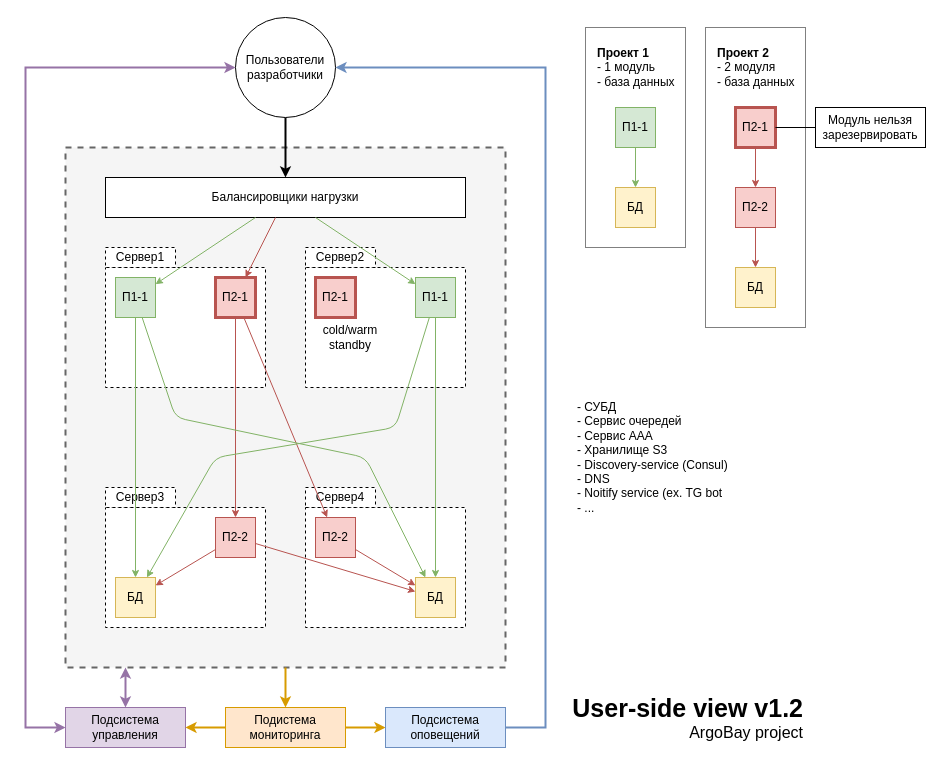
The draw.io diagram page "U-Side" (7 of 14) of docs/schemes/Argobay-main.drawio in SnipGhost/argobay-ansible, before the edit. Source tidied: cells renumbered, new cells numbered last; positions are measured from the earlier drawing's top-left corner, leaving out a move shared by most shapes. Both pictures are drawn from the tidied source at 100%, with x=0, y=0 at pixel (25, 17).
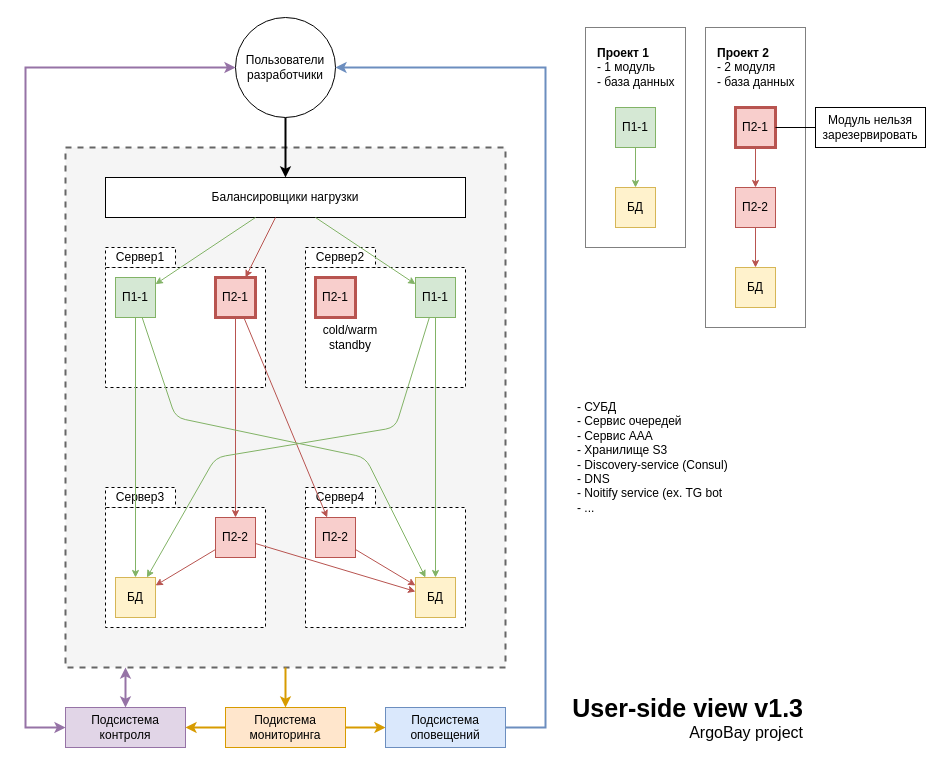
The same diagram, later.

Change to the diagram source:
```diff
@@
-    <mxCell id="35" value="Подсистема управления" style="rounded=0;whiteSpace=wrap;html=1;strokeColor=#9673a6;fillColor=#e1d5e7;fontFamily=Helvetica;" parent="1" vertex="1">
+    <mxCell id="35" value="Подсистема контроля" style="rounded=0;whiteSpace=wrap;html=1;strokeColor=#9673a6;fillColor=#e1d5e7;fontFamily=Helvetica;" parent="1" vertex="1">
       <mxGeometry x="40" y="690" width="120" height="40" as="geometry" />
     </mxCell>
@@
-    <mxCell id="59" value="&lt;span style=&quot;text-align: center ; font-size: 25px&quot;&gt;&lt;b&gt;User-side view v1.2&lt;/b&gt;&lt;/span&gt;&lt;br style=&quot;text-align: center&quot;&gt;&lt;div&gt;&lt;font style=&quot;font-size: 16px&quot;&gt;ArgoBay project&lt;/font&gt;&lt;/div&gt;" style="text;html=1;strokeColor=none;fillColor=none;align=right;verticalAlign=middle;whiteSpace=wrap;rounded=0;dashed=1;" parent="1" vertex="1">
+    <mxCell id="59" value="&lt;span style=&quot;text-align: center ; font-size: 25px&quot;&gt;&lt;b&gt;User-side view v1.3&lt;/b&gt;&lt;/span&gt;&lt;br style=&quot;text-align: center&quot;&gt;&lt;div&gt;&lt;font style=&quot;font-size: 16px&quot;&gt;ArgoBay project&lt;/font&gt;&lt;/div&gt;" style="text;html=1;strokeColor=none;fillColor=none;align=right;verticalAlign=middle;whiteSpace=wrap;rounded=0;dashed=1;" parent="1" vertex="1">
       <mxGeometry x="530" y="670" width="250" height="60" as="geometry" />
     </mxCell>
```
